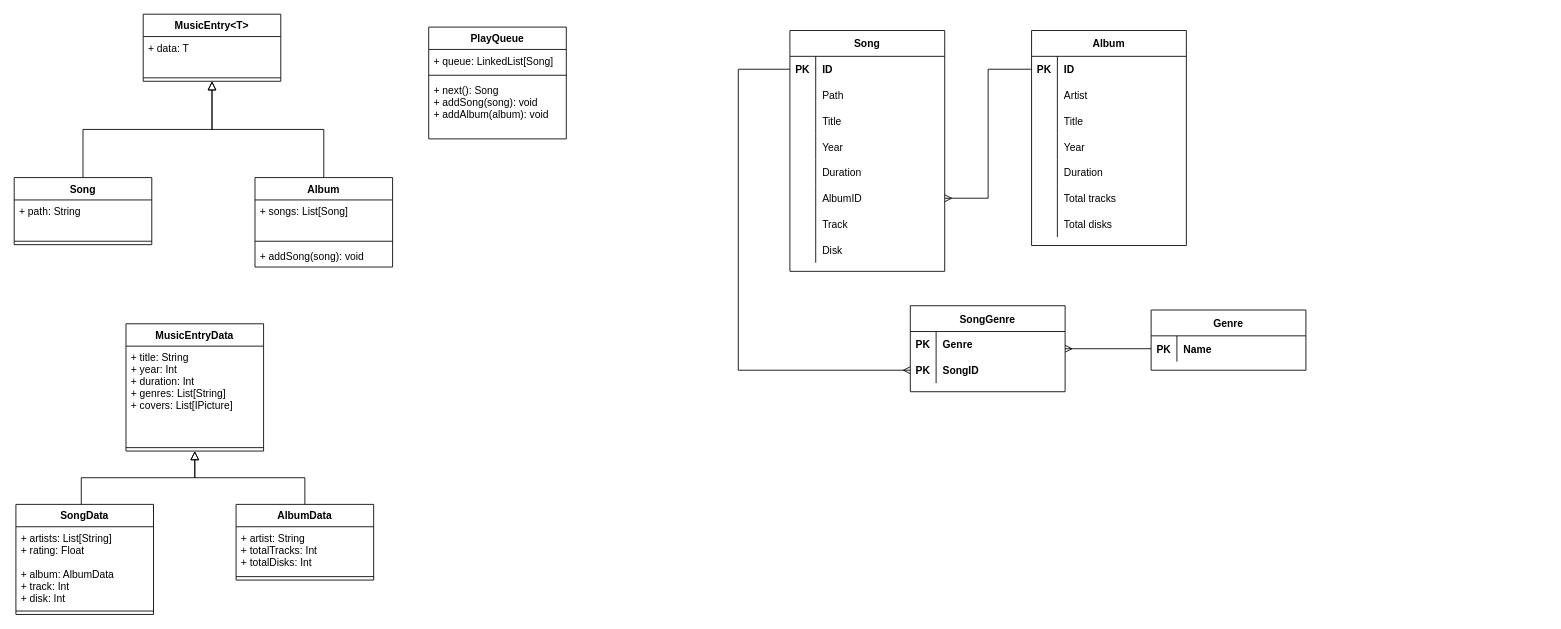
elatoskinas/music-desktop-app keeps this draw.io diagram as design/music-data-model.drawio. Above is the earlier version. Source tidied: cells renumbered, new cells numbered last; positions are measured from the earlier drawing's top-left corner, leaving out a move shared by most shapes. Both pictures are drawn from the tidied source at 86%, with x=0, y=0 at pixel (14, 14).
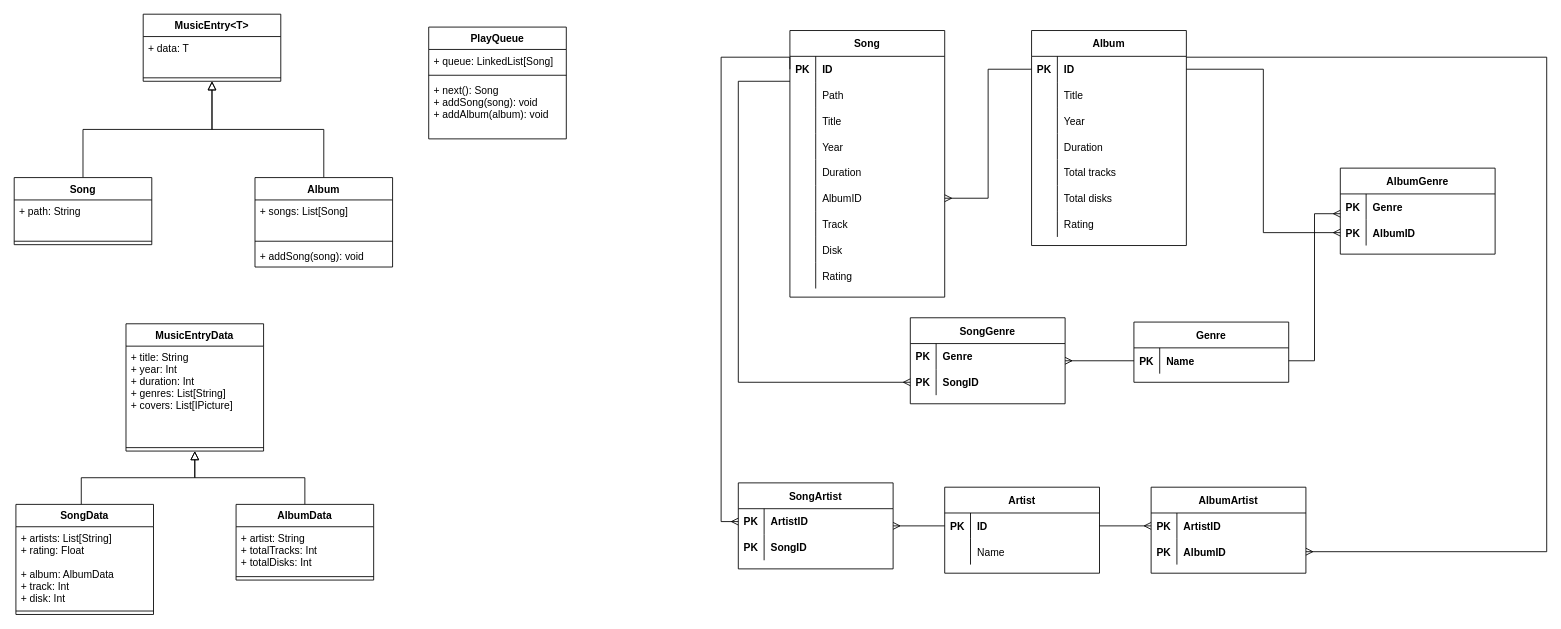
Above is the later version.

Commit message:
Update DB model for music data

The change refers to these unchanged cells:
```xml
<mxCell id="30" style="shape=partialRectangle;fillColor=none;top=0;left=0;bottom=0;right=0;points=[[0,0.5],[1,0.5]];portConstraint=eastwest;" parent="29" vertex="1">
  <mxGeometry y="30" width="180" height="30" as="geometry" />
</mxCell>
<mxCell id="54" value="Album" style="shape=table;startSize=30;childLayout=tableLayout;rowLines=0;fontStyle=1;align=center;" parent="1" vertex="1">
  <mxGeometry x="1183" y="19" width="180" height="250" as="geometry" />
</mxCell>
<mxCell id="55" style="shape=partialRectangle;fillColor=none;top=0;left=0;bottom=0;right=0;points=[[0,0.5],[1,0.5]];portConstraint=eastwest;" parent="54" vertex="1">
  <mxGeometry y="30" width="180" height="30" as="geometry" />
</mxCell>
<mxCell id="78" style="shape=partialRectangle;fillColor=none;top=0;left=0;bottom=0;right=0;points=[[0,0.5],[1,0.5]];portConstraint=eastwest;" parent="77" vertex="1">
  <mxGeometry y="30" width="180" height="30" as="geometry" />
</mxCell>
<mxCell id="86" style="shape=partialRectangle;fillColor=none;top=0;left=0;bottom=0;right=0;points=[[0,0.5],[1,0.5]];portConstraint=eastwest;" parent="82" vertex="1">
  <mxGeometry y="60" width="180" height="30" as="geometry" />
</mxCell>
```

Change to the diagram source:
```diff
@@
     <mxCell id="29" value="Song" style="shape=table;startSize=30;childLayout=tableLayout;rowLines=0;fontStyle=1;align=center;" parent="1" vertex="1">
-      <mxGeometry x="902" y="19" width="180" height="280" as="geometry" />
+      <mxGeometry x="902" y="19" width="180" height="310" as="geometry" />
     </mxCell>
@@
+    <mxCell id="90" style="shape=partialRectangle;fillColor=none;top=0;left=0;bottom=0;right=0;" parent="29" vertex="1">
+      <mxGeometry y="270" width="180" height="30" as="geometry" />
+    </mxCell>
+    <mxCell id="91" style="shape=partialRectangle;fillColor=none;top=0;left=0;bottom=0;right=0;overflow=hidden;" parent="90" vertex="1">
+      <mxGeometry width="30" height="30" as="geometry" />
+    </mxCell>
+    <mxCell id="92" value="Rating" style="shape=partialRectangle;fillColor=none;top=0;left=0;bottom=0;right=0;align=left;spacingLeft=6;overflow=hidden;" parent="90" vertex="1">
+      <mxGeometry x="30" width="150" height="30" as="geometry" />
+    </mxCell>
@@
-    <mxCell id="58" style="shape=partialRectangle;fillColor=none;top=0;left=0;bottom=0;right=0;" parent="54" vertex="1">
-      <mxGeometry y="60" width="180" height="30" as="geometry" />
-    </mxCell>
-    <mxCell id="59" style="shape=partialRectangle;fillColor=none;top=0;left=0;bottom=0;right=0;overflow=hidden;fontStyle=1;" parent="58" vertex="1">
-      <mxGeometry width="30" height="30" as="geometry" />
-    </mxCell>
-    <mxCell id="60" value="Artist" style="shape=partialRectangle;fillColor=none;top=0;left=0;bottom=0;right=0;align=left;spacingLeft=6;overflow=hidden;fontStyle=0;" parent="58" vertex="1">
-      <mxGeometry x="30" width="150" height="30" as="geometry" />
-    </mxCell>
     <mxCell id="61" style="shape=partialRectangle;fillColor=none;top=0;left=0;bottom=0;right=0;" parent="54" vertex="1">
-      <mxGeometry y="90" width="180" height="30" as="geometry" />
+      <mxGeometry y="60" width="180" height="30" as="geometry" />
     </mxCell>
@@
     <mxCell id="64" style="shape=partialRectangle;fillColor=none;top=0;left=0;bottom=0;right=0;" parent="54" vertex="1">
-      <mxGeometry y="120" width="180" height="30" as="geometry" />
+      <mxGeometry y="90" width="180" height="30" as="geometry" />
     </mxCell>
@@
     <mxCell id="67" style="shape=partialRectangle;fillColor=none;top=0;left=0;bottom=0;right=0;" parent="54" vertex="1">
-      <mxGeometry y="150" width="180" height="30" as="geometry" />
+      <mxGeometry y="120" width="180" height="30" as="geometry" />
     </mxCell>
@@
     <mxCell id="70" style="shape=partialRectangle;fillColor=none;top=0;left=0;bottom=0;right=0;" parent="54" vertex="1">
-      <mxGeometry y="180" width="180" height="30" as="geometry" />
+      <mxGeometry y="150" width="180" height="30" as="geometry" />
     </mxCell>
@@
     <mxCell id="73" style="shape=partialRectangle;fillColor=none;top=0;left=0;bottom=0;right=0;" parent="54" vertex="1">
-      <mxGeometry y="210" width="180" height="30" as="geometry" />
+      <mxGeometry y="180" width="180" height="30" as="geometry" />
     </mxCell>
@@
+    <mxCell id="93" style="shape=partialRectangle;fillColor=none;top=0;left=0;bottom=0;right=0;" parent="54" vertex="1">
+      <mxGeometry y="210" width="180" height="30" as="geometry" />
+    </mxCell>
+    <mxCell id="94" style="shape=partialRectangle;fillColor=none;top=0;left=0;bottom=0;right=0;overflow=hidden;" parent="93" vertex="1">
+      <mxGeometry width="30" height="30" as="geometry" />
+    </mxCell>
+    <mxCell id="95" value="Rating" style="shape=partialRectangle;fillColor=none;top=0;left=0;bottom=0;right=0;align=left;spacingLeft=6;overflow=hidden;" parent="93" vertex="1">
+      <mxGeometry x="30" width="150" height="30" as="geometry" />
+    </mxCell>
@@
     <mxCell id="77" value="Genre" style="shape=table;startSize=30;childLayout=tableLayout;rowLines=0;fontStyle=1;align=center;" parent="1" vertex="1">
-      <mxGeometry x="1322" y="344" width="180" height="70" as="geometry" />
+      <mxGeometry x="1302" y="358" width="180" height="70" as="geometry" />
     </mxCell>
@@
     <mxCell id="82" value="SongGenre" style="shape=table;startSize=30;childLayout=tableLayout;rowLines=0;fontStyle=1;align=center;" parent="1" vertex="1">
-      <mxGeometry x="1042" y="339" width="180" height="100" as="geometry" />
+      <mxGeometry x="1042" y="353" width="180" height="100" as="geometry" />
     </mxCell>
@@
-    <mxCell id="89" style="edgeStyle=orthogonalEdgeStyle;rounded=0;jettySize=auto;html=1;entryX=0;entryY=0.5;entryDx=0;entryDy=0;startArrow=ERmany;startFill=0;endArrow=none;endFill=0;" parent="1" edge="1" source="86" target="30">
+    <mxCell id="89" style="edgeStyle=orthogonalEdgeStyle;rounded=0;jettySize=auto;html=1;entryX=0;entryY=0.5;entryDx=0;entryDy=0;startArrow=ERmany;startFill=0;endArrow=none;endFill=0;" parent="1" edge="1" source="86">
       <mxGeometry relative="1" as="geometry">
+        <mxPoint x="902" y="78" as="targetPoint" />
         <Array as="points">
-          <mxPoint x="842" y="414" />
-          <mxPoint x="842" y="64" />
+          <mxPoint x="842" y="428" />
+          <mxPoint x="842" y="78" />
         </Array>
       </mxGeometry>
     </mxCell>
+    <mxCell id="96" style="edgeStyle=orthogonalEdgeStyle;rounded=0;jettySize=auto;html=1;entryX=1;entryY=0.5;entryDx=0;entryDy=0;endArrow=none;endFill=0;startArrow=ERmany;startFill=0;" parent="1" edge="1" target="78">
+      <mxGeometry relative="1" as="geometry">
+        <mxPoint x="1542" y="232" as="sourcePoint" />
+        <Array as="points">
+          <mxPoint x="1512" y="232" />
+          <mxPoint x="1512" y="403" />
+        </Array>
+      </mxGeometry>
+    </mxCell>
+    <mxCell id="97" value="AlbumGenre" style="shape=table;startSize=30;childLayout=tableLayout;rowLines=0;fontStyle=1;align=center;" parent="1" vertex="1">
+      <mxGeometry x="1542" y="179" width="180" height="100" as="geometry" />
+    </mxCell>
+    <mxCell id="98" style="shape=partialRectangle;fillColor=none;top=0;left=0;bottom=0;right=0;" parent="97" vertex="1">
+      <mxGeometry y="30" width="180" height="30" as="geometry" />
+    </mxCell>
+    <mxCell id="99" value="PK" style="shape=partialRectangle;fillColor=none;top=0;left=0;bottom=0;right=0;overflow=hidden;fontStyle=1;" parent="98" vertex="1">
+      <mxGeometry width="30" height="30" as="geometry" />
+    </mxCell>
+    <mxCell id="100" value="Genre" style="shape=partialRectangle;fillColor=none;top=0;left=0;bottom=0;right=0;align=left;spacingLeft=6;overflow=hidden;fontStyle=1;" parent="98" vertex="1">
+      <mxGeometry x="30" width="150" height="30" as="geometry" />
+    </mxCell>
+    <mxCell id="101" style="shape=partialRectangle;fillColor=none;top=0;left=0;bottom=0;right=0;points=[[0,0.5],[1,0.5]];portConstraint=eastwest;" parent="97" vertex="1">
+      <mxGeometry y="60" width="180" height="30" as="geometry" />
+    </mxCell>
+    <mxCell id="102" value="PK" style="shape=partialRectangle;fillColor=none;top=0;left=0;bottom=0;right=0;overflow=hidden;fontStyle=1;" parent="101" vertex="1">
+      <mxGeometry width="30" height="30" as="geometry" />
+    </mxCell>
+    <mxCell id="103" value="AlbumID" style="shape=partialRectangle;fillColor=none;top=0;left=0;bottom=0;right=0;align=left;spacingLeft=6;overflow=hidden;fontStyle=1;" parent="101" vertex="1">
+      <mxGeometry x="30" width="150" height="30" as="geometry" />
+    </mxCell>
+    <mxCell id="104" style="edgeStyle=orthogonalEdgeStyle;rounded=0;jettySize=auto;html=1;startArrow=ERmany;startFill=0;endArrow=none;endFill=0;entryX=1;entryY=0.5;entryDx=0;entryDy=0;" parent="1" edge="1" source="101" target="55">
+      <mxGeometry relative="1" as="geometry" />
+    </mxCell>
+    <mxCell id="105" style="edgeStyle=orthogonalEdgeStyle;rounded=0;jettySize=auto;html=1;entryX=0;entryY=0.5;entryDx=0;entryDy=0;startArrow=ERmany;startFill=0;endArrow=none;endFill=0;" parent="1" edge="1" source="106" target="113">
+      <mxGeometry relative="1" as="geometry" />
+    </mxCell>
+    <mxCell id="106" value="SongArtist" style="shape=table;startSize=30;childLayout=tableLayout;rowLines=0;fontStyle=1;align=center;" parent="1" vertex="1">
+      <mxGeometry x="842" y="545" width="180" height="100" as="geometry" />
+    </mxCell>
+    <mxCell id="107" style="shape=partialRectangle;fillColor=none;top=0;left=0;bottom=0;right=0;points=[[0,0.5],[1,0.5]];portConstraint=eastwest;" parent="106" vertex="1">
+      <mxGeometry y="30" width="180" height="30" as="geometry" />
+    </mxCell>
+    <mxCell id="108" value="PK" style="shape=partialRectangle;fillColor=none;top=0;left=0;bottom=0;right=0;overflow=hidden;fontStyle=1;" parent="107" vertex="1">
+      <mxGeometry width="30" height="30" as="geometry" />
+    </mxCell>
+    <mxCell id="109" value="ArtistID" style="shape=partialRectangle;fillColor=none;top=0;left=0;bottom=0;right=0;align=left;spacingLeft=6;overflow=hidden;fontStyle=1;" parent="107" vertex="1">
+      <mxGeometry x="30" width="150" height="30" as="geometry" />
+    </mxCell>
+    <mxCell id="110" style="shape=partialRectangle;fillColor=none;top=0;left=0;bottom=0;right=0;" parent="106" vertex="1">
+      <mxGeometry y="60" width="180" height="30" as="geometry" />
+    </mxCell>
+    <mxCell id="111" value="PK" style="shape=partialRectangle;fillColor=none;top=0;left=0;bottom=0;right=0;overflow=hidden;fontStyle=1;" parent="110" vertex="1">
+      <mxGeometry width="30" height="30" as="geometry" />
+    </mxCell>
+    <mxCell id="112" value="SongID" style="shape=partialRectangle;fillColor=none;top=0;left=0;bottom=0;right=0;align=left;spacingLeft=6;overflow=hidden;fontStyle=1;" parent="110" vertex="1">
+      <mxGeometry x="30" width="150" height="30" as="geometry" />
+    </mxCell>
+    <mxCell id="60" value="Artist" style="shape=table;startSize=30;childLayout=tableLayout;rowLines=0;fontStyle=1;align=center;" parent="1" vertex="1">
+      <mxGeometry x="1082" y="550" width="180" height="100" as="geometry" />
+    </mxCell>
+    <mxCell id="113" style="shape=partialRectangle;fillColor=none;top=0;left=0;bottom=0;right=0;points=[[0,0.5],[1,0.5]];portConstraint=eastwest;" parent="60" vertex="1">
+      <mxGeometry y="30" width="180" height="30" as="geometry" />
+    </mxCell>
+    <mxCell id="114" value="PK" style="shape=partialRectangle;fillColor=none;top=0;left=0;bottom=0;right=0;overflow=hidden;fontStyle=1;" parent="113" vertex="1">
+      <mxGeometry width="30" height="30" as="geometry" />
+    </mxCell>
+    <mxCell id="115" value="ID" style="shape=partialRectangle;fillColor=none;top=0;left=0;bottom=0;right=0;align=left;spacingLeft=6;overflow=hidden;fontStyle=1;" parent="113" vertex="1">
+      <mxGeometry x="30" width="150" height="30" as="geometry" />
+    </mxCell>
+    <mxCell id="116" style="shape=partialRectangle;fillColor=none;top=0;left=0;bottom=0;right=0;" parent="60" vertex="1">
+      <mxGeometry y="60" width="180" height="30" as="geometry" />
+    </mxCell>
+    <mxCell id="59" style="shape=partialRectangle;fillColor=none;top=0;left=0;bottom=0;right=0;overflow=hidden;fontStyle=1;" parent="116" vertex="1">
+      <mxGeometry width="30" height="30" as="geometry" />
+    </mxCell>
+    <mxCell id="117" value="Name" style="shape=partialRectangle;fillColor=none;top=0;left=0;bottom=0;right=0;align=left;spacingLeft=6;overflow=hidden;fontStyle=0;" parent="116" vertex="1">
+      <mxGeometry x="30" width="150" height="30" as="geometry" />
+    </mxCell>
+    <mxCell id="118" style="edgeStyle=orthogonalEdgeStyle;rounded=0;jettySize=auto;html=1;exitX=0;exitY=0.5;exitDx=0;exitDy=0;entryX=0;entryY=0.5;entryDx=0;entryDy=0;startArrow=none;startFill=0;endArrow=ERmany;endFill=0;" parent="1" edge="1" source="30" target="107">
+      <mxGeometry relative="1" as="geometry">
+        <Array as="points">
+          <mxPoint x="902" y="50" />
+          <mxPoint x="822" y="50" />
+          <mxPoint x="822" y="590" />
+        </Array>
+      </mxGeometry>
+    </mxCell>
+    <mxCell id="119" value="AlbumArtist" style="shape=table;startSize=30;childLayout=tableLayout;rowLines=0;fontStyle=1;align=center;" parent="1" vertex="1">
+      <mxGeometry x="1322" y="550" width="180" height="100" as="geometry" />
+    </mxCell>
+    <mxCell id="120" style="shape=partialRectangle;fillColor=none;top=0;left=0;bottom=0;right=0;points=[[0,0.5],[1,0.5]];portConstraint=eastwest;" parent="119" vertex="1">
+      <mxGeometry y="30" width="180" height="30" as="geometry" />
+    </mxCell>
+    <mxCell id="121" value="PK" style="shape=partialRectangle;fillColor=none;top=0;left=0;bottom=0;right=0;overflow=hidden;fontStyle=1;" parent="120" vertex="1">
+      <mxGeometry width="30" height="30" as="geometry" />
+    </mxCell>
+    <mxCell id="122" value="ArtistID" style="shape=partialRectangle;fillColor=none;top=0;left=0;bottom=0;right=0;align=left;spacingLeft=6;overflow=hidden;fontStyle=1;" parent="120" vertex="1">
+      <mxGeometry x="30" width="150" height="30" as="geometry" />
+    </mxCell>
+    <mxCell id="123" style="shape=partialRectangle;fillColor=none;top=0;left=0;bottom=0;right=0;points=[[0,0.5],[1,0.5]];portConstraint=eastwest;" parent="119" vertex="1">
+      <mxGeometry y="60" width="180" height="30" as="geometry" />
+    </mxCell>
+    <mxCell id="124" value="PK" style="shape=partialRectangle;fillColor=none;top=0;left=0;bottom=0;right=0;overflow=hidden;fontStyle=1;" parent="123" vertex="1">
+      <mxGeometry width="30" height="30" as="geometry" />
+    </mxCell>
+    <mxCell id="125" value="AlbumID" style="shape=partialRectangle;fillColor=none;top=0;left=0;bottom=0;right=0;align=left;spacingLeft=6;overflow=hidden;fontStyle=1;" parent="123" vertex="1">
+      <mxGeometry x="30" width="150" height="30" as="geometry" />
+    </mxCell>
+    <mxCell id="126" style="edgeStyle=orthogonalEdgeStyle;rounded=0;jettySize=auto;html=1;entryX=0;entryY=0.5;entryDx=0;entryDy=0;startArrow=none;startFill=0;endArrow=ERmany;endFill=0;" parent="1" edge="1" source="113" target="120">
+      <mxGeometry relative="1" as="geometry" />
+    </mxCell>
+    <mxCell id="127" style="edgeStyle=orthogonalEdgeStyle;rounded=0;jettySize=auto;html=1;entryX=1;entryY=0.5;entryDx=0;entryDy=0;startArrow=none;startFill=0;endArrow=ERmany;endFill=0;" parent="1" edge="1" source="55" target="123">
+      <mxGeometry relative="1" as="geometry">
+        <Array as="points">
+          <mxPoint x="1782" y="50" />
+          <mxPoint x="1782" y="625" />
+        </Array>
+      </mxGeometry>
+    </mxCell>
```
